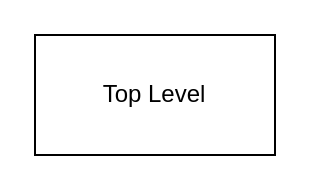
This is src/tsn_gsn.drawio from Laura7089/hint-assessment1, a draw.io file, before an edit. Source tidied: cells renumbered, new cells numbered last; positions are measured from the earlier drawing's top-left corner, leaving out a move shared by most shapes. Both pictures are drawn from the tidied source at 200%, with x=0, y=0 at pixel (34, 34).
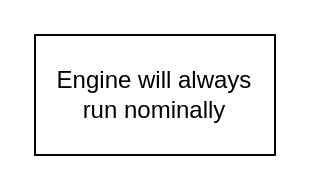
Above is the later version.

The edit, as a diff of the source:
```diff
@@
 <mxGraphModel>
   <root>
     <mxCell id="0" />
     <mxCell id="1" parent="0" />
-    <mxCell id="2" value="Top Level" style="rounded=0;whiteSpace=wrap;html=1;" parent="1" vertex="1">
+    <mxCell id="2" value="Engine will always run nominally" style="rounded=0;whiteSpace=wrap;html=1;" parent="1" vertex="1">
       <mxGeometry width="120" height="60" as="geometry" />
     </mxCell>
   </root>
 </mxGraphModel>
```
